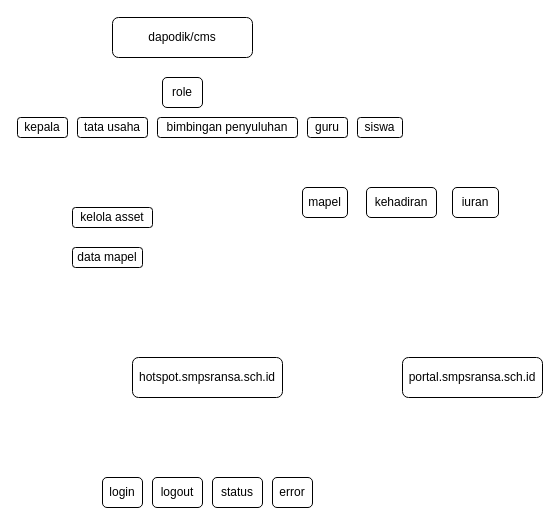
The draw.io diagram Diagram Tanpa Judul.drawio in saristek/portal, before the edit. Source tidied: cells renumbered, new cells numbered last; positions are measured from the earlier drawing's top-left corner, leaving out a move shared by most shapes. Both pictures are drawn from the tidied source at 100%, with x=0, y=0 at pixel (17, 17).
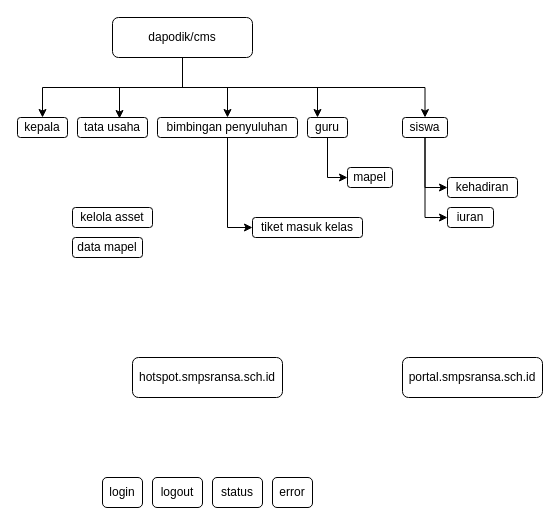
After the change.

The change refers to these unchanged cells:
```xml
<mxCell id="8" value="dapodik/cms" style="rounded=1;whiteSpace=wrap;html=1;" parent="1" vertex="1">
  <mxGeometry x="95" width="140" height="40" as="geometry" />
</mxCell>
<mxCell id="11" value="kepala" style="rounded=1;whiteSpace=wrap;html=1;" parent="10" vertex="1">
  <mxGeometry width="50" height="20" as="geometry" />
</mxCell>
<mxCell id="12" value="tata usaha" style="rounded=1;whiteSpace=wrap;html=1;" parent="10" vertex="1">
  <mxGeometry x="60" width="70" height="20" as="geometry" />
</mxCell>
<mxCell id="13" value="bimbingan penyuluhan" style="rounded=1;whiteSpace=wrap;html=1;" parent="10" vertex="1">
  <mxGeometry x="140" width="140" height="20" as="geometry" />
</mxCell>
<mxCell id="14" value="guru" style="rounded=1;whiteSpace=wrap;html=1;" parent="10" vertex="1">
  <mxGeometry x="290" width="40" height="20" as="geometry" />
</mxCell>
```

Diff of the diagram source:
```diff
@@
+    <mxCell id="21" style="edgeStyle=orthogonalEdgeStyle;rounded=0;jettySize=auto;html=1;exitX=0.5;exitY=1;exitDx=0;exitDy=0;entryX=0.5;entryY=0;entryDx=0;entryDy=0;" parent="1" edge="1" source="8" target="11">
+      <mxGeometry relative="1" as="geometry" />
+    </mxCell>
+    <mxCell id="22" style="edgeStyle=orthogonalEdgeStyle;rounded=0;jettySize=auto;html=1;exitX=0.5;exitY=1;exitDx=0;exitDy=0;" parent="1" edge="1" source="8" target="13">
+      <mxGeometry relative="1" as="geometry" />
+    </mxCell>
+    <mxCell id="23" style="edgeStyle=orthogonalEdgeStyle;rounded=0;jettySize=auto;html=1;exitX=0.5;exitY=1;exitDx=0;exitDy=0;entryX=0.25;entryY=0;entryDx=0;entryDy=0;" parent="1" edge="1" source="8" target="14">
+      <mxGeometry relative="1" as="geometry" />
+    </mxCell>
+    <mxCell id="24" style="edgeStyle=orthogonalEdgeStyle;rounded=0;jettySize=auto;html=1;exitX=0.5;exitY=1;exitDx=0;exitDy=0;" parent="1" edge="1" source="8" target="16">
+      <mxGeometry relative="1" as="geometry" />
+    </mxCell>
@@
-    <mxCell id="9" value="role" style="rounded=1;whiteSpace=wrap;html=1;" parent="1" vertex="1">
-      <mxGeometry x="145" y="60" width="40" height="30" as="geometry" />
-    </mxCell>
@@
     <mxCell id="15" value="mapel" style="rounded=1;whiteSpace=wrap;html=1;" parent="1" vertex="1">
-      <mxGeometry x="285" y="170" width="45" height="30" as="geometry" />
+      <mxGeometry x="330" y="150" width="45" height="20" as="geometry" />
     </mxCell>
+    <mxCell id="25" style="edgeStyle=orthogonalEdgeStyle;rounded=0;jettySize=auto;html=1;exitX=0.5;exitY=1;exitDx=0;exitDy=0;entryX=0;entryY=0.5;entryDx=0;entryDy=0;" parent="1" edge="1" source="16" target="18">
+      <mxGeometry relative="1" as="geometry" />
+    </mxCell>
+    <mxCell id="26" style="edgeStyle=orthogonalEdgeStyle;rounded=0;jettySize=auto;html=1;exitX=0.5;exitY=1;exitDx=0;exitDy=0;entryX=0;entryY=0.5;entryDx=0;entryDy=0;" parent="1" edge="1" source="16" target="17">
+      <mxGeometry relative="1" as="geometry" />
+    </mxCell>
     <mxCell id="16" value="siswa" style="rounded=1;whiteSpace=wrap;html=1;" parent="1" vertex="1">
-      <mxGeometry x="340" y="100" width="45" height="20" as="geometry" />
+      <mxGeometry x="385" y="100" width="45" height="20" as="geometry" />
     </mxCell>
     <mxCell id="17" value="iuran" style="rounded=1;whiteSpace=wrap;html=1;" parent="1" vertex="1">
-      <mxGeometry x="435" y="170" width="46" height="30" as="geometry" />
+      <mxGeometry x="430" y="190" width="46" height="20" as="geometry" />
     </mxCell>
     <mxCell id="18" value="kehadiran" style="rounded=1;whiteSpace=wrap;html=1;" parent="1" vertex="1">
-      <mxGeometry x="349" y="170" width="70" height="30" as="geometry" />
+      <mxGeometry x="430" y="160" width="70" height="20" as="geometry" />
     </mxCell>
@@
     <mxCell id="20" value="data mapel" style="rounded=1;whiteSpace=wrap;html=1;" parent="1" vertex="1">
-      <mxGeometry x="55" y="230" width="70" height="20" as="geometry" />
+      <mxGeometry x="55" y="220" width="70" height="20" as="geometry" />
     </mxCell>
+    <mxCell id="27" value="tiket masuk kelas" style="rounded=1;whiteSpace=wrap;html=1;" parent="1" vertex="1">
+      <mxGeometry x="235" y="200" width="110" height="20" as="geometry" />
+    </mxCell>
+    <mxCell id="28" style="edgeStyle=orthogonalEdgeStyle;rounded=0;jettySize=auto;html=1;exitX=0.5;exitY=1;exitDx=0;exitDy=0;entryX=0.6;entryY=0.05;entryDx=0;entryDy=0;entryPerimeter=0;" parent="1" edge="1" source="8" target="12">
+      <mxGeometry relative="1" as="geometry" />
+    </mxCell>
+    <mxCell id="29" style="edgeStyle=orthogonalEdgeStyle;rounded=0;jettySize=auto;html=1;exitX=0.5;exitY=1;exitDx=0;exitDy=0;entryX=0;entryY=0.5;entryDx=0;entryDy=0;" parent="1" edge="1" source="14" target="15">
+      <mxGeometry relative="1" as="geometry" />
+    </mxCell>
+    <mxCell id="30" style="edgeStyle=orthogonalEdgeStyle;rounded=0;jettySize=auto;html=1;exitX=0.5;exitY=1;exitDx=0;exitDy=0;entryX=0;entryY=0.5;entryDx=0;entryDy=0;" parent="1" edge="1" source="13" target="27">
+      <mxGeometry relative="1" as="geometry" />
+    </mxCell>
```
